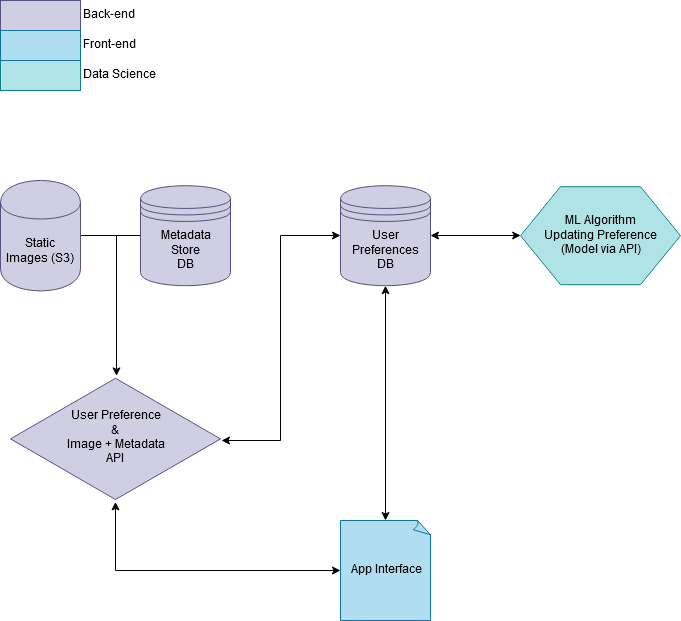
jsal13/tinder-for-dogs keeps this draw.io diagram as webapp/src/assets/tinder-for-dogs.png. Above is the earlier version. Source tidied: cells renumbered, new cells last; positions are measured from the earlier drawing's top-left corner, leaving out a move shared by most shapes.
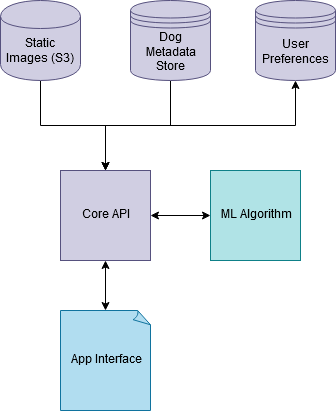
Later version of the same file.

Commit message:
docs: update uml diagram;

The edit, as a diff of the source:
```diff
@@ -2,60 +2,38 @@
   <root>
     <mxCell id="0" />
     <mxCell id="1" parent="0" />
-    <mxCell id="2" style="edgeStyle=orthogonalEdgeStyle;rounded=0;jettySize=auto;html=1;startArrow=classic;startFill=1;entryX=1.005;entryY=0.513;entryDx=0;entryDy=0;entryPerimeter=0;" parent="1" edge="1" source="3" target="8">
-      <mxGeometry relative="1" as="geometry" />
-    </mxCell>
+    <mxCell id="17" style="edgeStyle=orthogonalEdgeStyle;rounded=0;jettySize=auto;html=1;exitX=0.5;exitY=1;exitDx=0;exitDy=0;entryX=0.5;entryY=0;entryDx=0;entryDy=0;startArrow=classic;startFill=1;endArrow=classic;endFill=1;" parent="1" edge="1" source="3" target="21">
+      <mxGeometry relative="1" as="geometry" />
+    </mxCell>
-    <mxCell id="3" value="User Preferences DB" style="shape=datastore;whiteSpace=wrap;html=1;fillColor=#d0cee2;strokeColor=#56517e;" parent="1" vertex="1">
-      <mxGeometry x="340" y="185.2" width="90" height="100" as="geometry" />
+    <mxCell id="3" value="User Preferences" style="shape=datastore;whiteSpace=wrap;html=1;fillColor=#d0cee2;strokeColor=#56517e;" parent="1" vertex="1">
+      <mxGeometry x="35" y="30" width="80" height="80" as="geometry" />
     </mxCell>
+    <mxCell id="18" style="edgeStyle=orthogonalEdgeStyle;rounded=0;jettySize=auto;html=1;entryX=0.5;entryY=1;entryDx=0;entryDy=0;startArrow=classic;startFill=1;endArrow=classic;endFill=1;" parent="1" edge="1" source="4" target="21">
+      <mxGeometry relative="1" as="geometry" />
+    </mxCell>
     <mxCell id="4" value="&lt;div&gt;App Interface&lt;/div&gt;" style="whiteSpace=wrap;html=1;shape=mxgraph.basic.document;fillColor=#b1ddf0;strokeColor=#10739e;" parent="1" vertex="1">
-      <mxGeometry x="340" y="520" width="90" height="100" as="geometry" />
+      <mxGeometry x="-160" y="340" width="90" height="100" as="geometry" />
     </mxCell>
-    <mxCell id="5" style="edgeStyle=orthogonalEdgeStyle;rounded=0;jettySize=auto;html=1;exitX=0;exitY=0.5;exitDx=0;exitDy=0;startArrow=none;startFill=0;endArrow=none;endFill=0;" parent="1" edge="1" source="6">
-      <mxGeometry relative="1" as="geometry">
-        <mxPoint x="80" y="235" as="targetPoint" />
-      </mxGeometry>
-    </mxCell>
+    <mxCell id="19" style="edgeStyle=orthogonalEdgeStyle;rounded=0;jettySize=auto;html=1;exitX=0.5;exitY=1;exitDx=0;exitDy=0;entryX=0.5;entryY=0;entryDx=0;entryDy=0;startArrow=none;startFill=0;endArrow=classic;endFill=1;" parent="1" edge="1" source="6" target="21">
+      <mxGeometry relative="1" as="geometry" />
+    </mxCell>
-    <mxCell id="6" value="&lt;div&gt;Metadata&lt;/div&gt;&lt;div&gt;Store&lt;/div&gt;&lt;div&gt;DB&lt;br&gt;&lt;/div&gt;" style="shape=datastore;whiteSpace=wrap;html=1;fillColor=#d0cee2;strokeColor=#56517e;" parent="1" vertex="1">
-      <mxGeometry x="140" y="185.2" width="90" height="100" as="geometry" />
+    <mxCell id="6" value="Dog&lt;br&gt;&lt;div&gt;Metadata&lt;/div&gt;&lt;div&gt;Store&lt;/div&gt;" style="shape=datastore;whiteSpace=wrap;html=1;fillColor=#d0cee2;strokeColor=#56517e;" parent="1" vertex="1">
+      <mxGeometry x="-90" y="30" width="80" height="80" as="geometry" />
     </mxCell>
-    <mxCell id="7" style="edgeStyle=orthogonalEdgeStyle;rounded=0;jettySize=auto;html=1;startArrow=classic;startFill=1;entryX=0;entryY=0.5;entryDx=0;entryDy=0;entryPerimeter=0;" parent="1" edge="1" source="8" target="4">
-      <mxGeometry relative="1" as="geometry">
-        <Array as="points">
-          <mxPoint x="115" y="570" />
-        </Array>
-      </mxGeometry>
-    </mxCell>
-    <mxCell id="8" value="&lt;div&gt;User Preference&lt;/div&gt;&lt;div&gt;&amp;amp;&lt;br&gt;&lt;/div&gt;&lt;div&gt;Image + Metadata&lt;/div&gt;&lt;div&gt;API&lt;br&gt;&lt;/div&gt;" style="html=1;whiteSpace=wrap;shape=isoRectangle;fillColor=#d0cee2;strokeColor=#56517e;" parent="1" vertex="1">
-      <mxGeometry x="10" y="375.4" width="210" height="126" as="geometry" />
-    </mxCell>
-    <mxCell id="9" style="endArrow=classic;startArrow=classic;html=1;entryX=0.5;entryY=1;entryDx=0;entryDy=0;" parent="1" edge="1" source="4" target="3">
-      <mxGeometry relative="1" as="geometry" />
-    </mxCell>
-    <mxCell id="10" style="edgeStyle=orthogonalEdgeStyle;rounded=0;jettySize=auto;html=1;startArrow=none;startFill=0;endArrow=classic;endFill=1;" parent="1" edge="1" source="11" target="8">
-      <mxGeometry relative="1" as="geometry">
-        <Array as="points">
-          <mxPoint x="116" y="235" />
-        </Array>
-      </mxGeometry>
-    </mxCell>
+    <mxCell id="20" style="edgeStyle=orthogonalEdgeStyle;rounded=0;jettySize=auto;html=1;entryX=0.5;entryY=0;entryDx=0;entryDy=0;startArrow=none;startFill=0;endArrow=classic;endFill=1;" parent="1" edge="1" source="11" target="21">
+      <mxGeometry relative="1" as="geometry" />
+    </mxCell>
     <mxCell id="11" value="&lt;div&gt;Static&lt;/div&gt;&lt;div&gt;Images (S3)&lt;br&gt;&lt;/div&gt;" style="shape=cylinder;whiteSpace=wrap;html=1;boundedLbl=1;backgroundOutline=1;fillColor=#d0cee2;strokeColor=#56517e;" parent="1" vertex="1">
-      <mxGeometry y="180" width="80" height="110.4" as="geometry" />
+      <mxGeometry x="-220" y="30" width="80" height="80" as="geometry" />
     </mxCell>
-    <mxCell id="12" style="edgeStyle=orthogonalEdgeStyle;rounded=0;jettySize=auto;html=1;entryX=1;entryY=0.5;entryDx=0;entryDy=0;startArrow=classic;startFill=1;endArrow=classic;endFill=1;" parent="1" edge="1" source="13" target="3">
-      <mxGeometry relative="1" as="geometry" />
-    </mxCell>
-    <mxCell id="13" value="&lt;div&gt;ML Algorithm&lt;/div&gt;&lt;div&gt;Updating Preference&lt;br&gt;&lt;/div&gt;&lt;div&gt;(Model via API)&lt;br&gt;&lt;/div&gt;" style="shape=hexagon;perimeter=hexagonPerimeter2;whiteSpace=wrap;html=1;comic=0;fillColor=#b0e3e6;strokeColor=#0e8088;" parent="1" vertex="1">
-      <mxGeometry x="520" y="186.2" width="160" height="98" as="geometry" />
-    </mxCell>
-    <mxCell id="14" value="&lt;div&gt;Back-end&lt;/div&gt;" style="rounded=0;html=1;comic=0;labelPosition=right;verticalLabelPosition=middle;align=left;verticalAlign=middle;fillColor=#d0cee2;strokeColor=#56517e;" parent="1" vertex="1">
-      <mxGeometry width="80" height="30" as="geometry" />
-    </mxCell>
-    <mxCell id="15" value="Data Science" style="rounded=0;whiteSpace=wrap;html=1;comic=0;labelPosition=right;verticalLabelPosition=middle;align=left;verticalAlign=middle;fillColor=#b0e3e6;strokeColor=#0e8088;" parent="1" vertex="1">
-      <mxGeometry y="60" width="80" height="30" as="geometry" />
-    </mxCell>
-    <mxCell id="16" value="&lt;div&gt;Front-end&lt;/div&gt;" style="rounded=0;whiteSpace=wrap;html=1;comic=0;labelPosition=right;verticalLabelPosition=middle;align=left;verticalAlign=middle;fillColor=#b1ddf0;strokeColor=#10739e;" parent="1" vertex="1">
-      <mxGeometry y="30" width="80" height="30" as="geometry" />
-    </mxCell>
+    <mxCell id="21" value="Core API" style="whiteSpace=wrap;html=1;fillColor=#d0cee2;strokeColor=#56517e;" parent="1" vertex="1">
+      <mxGeometry x="-160" y="200" width="90" height="90" as="geometry" />
+    </mxCell>
+    <mxCell id="22" style="edgeStyle=orthogonalEdgeStyle;rounded=0;jettySize=auto;html=1;entryX=1;entryY=0.5;entryDx=0;entryDy=0;startArrow=classic;startFill=1;endArrow=classic;endFill=1;" parent="1" edge="1" source="23" target="21">
+      <mxGeometry relative="1" as="geometry" />
+    </mxCell>
+    <mxCell id="23" value="ML Algorithm" style="whiteSpace=wrap;html=1;fillColor=#b0e3e6;strokeColor=#0e8088;" parent="1" vertex="1">
+      <mxGeometry x="-10" y="200" width="90" height="90" as="geometry" />
+    </mxCell>
   </root>
 </mxGraphModel>
```
